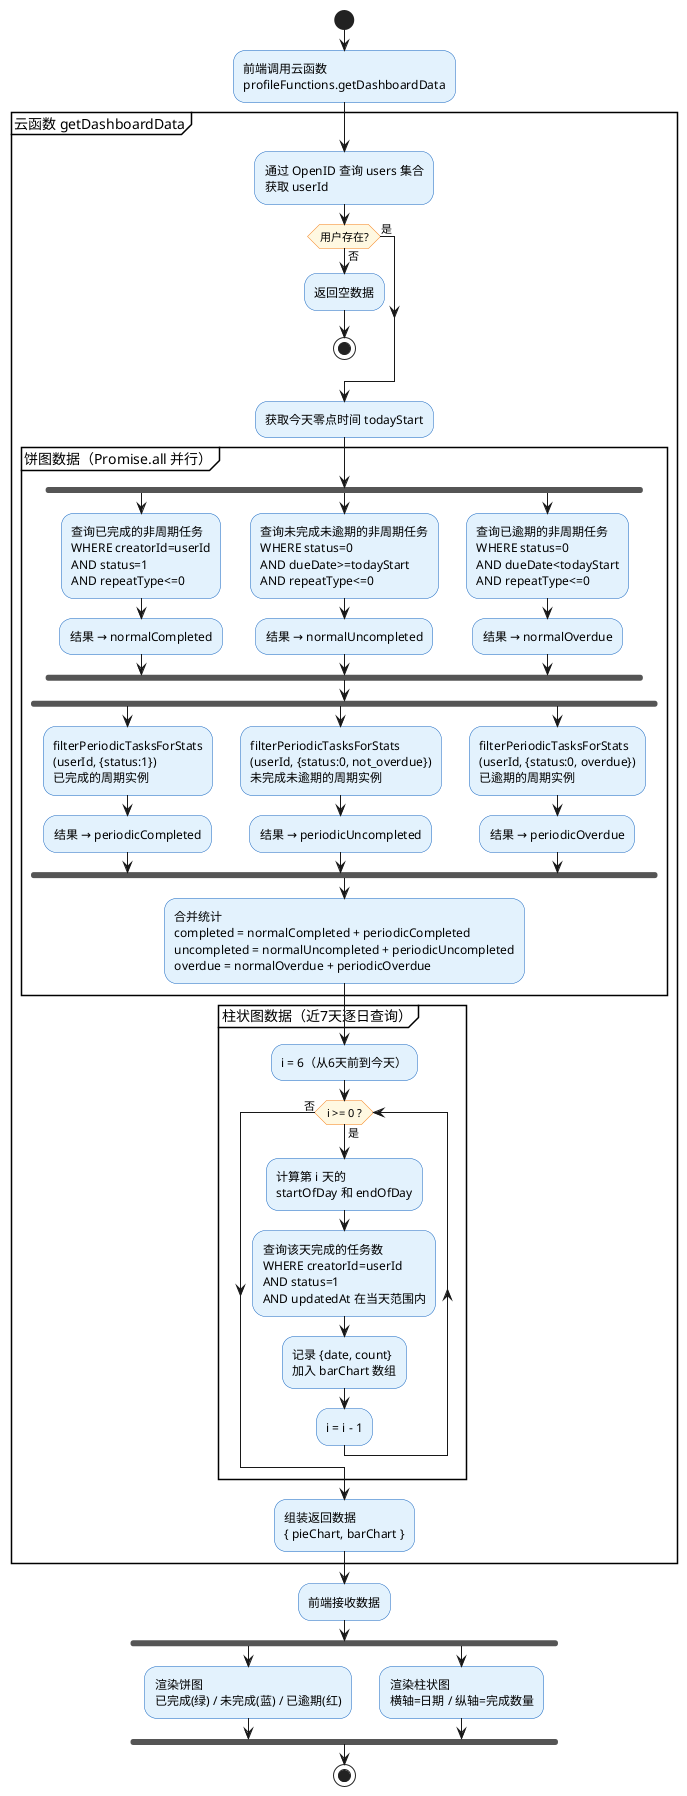
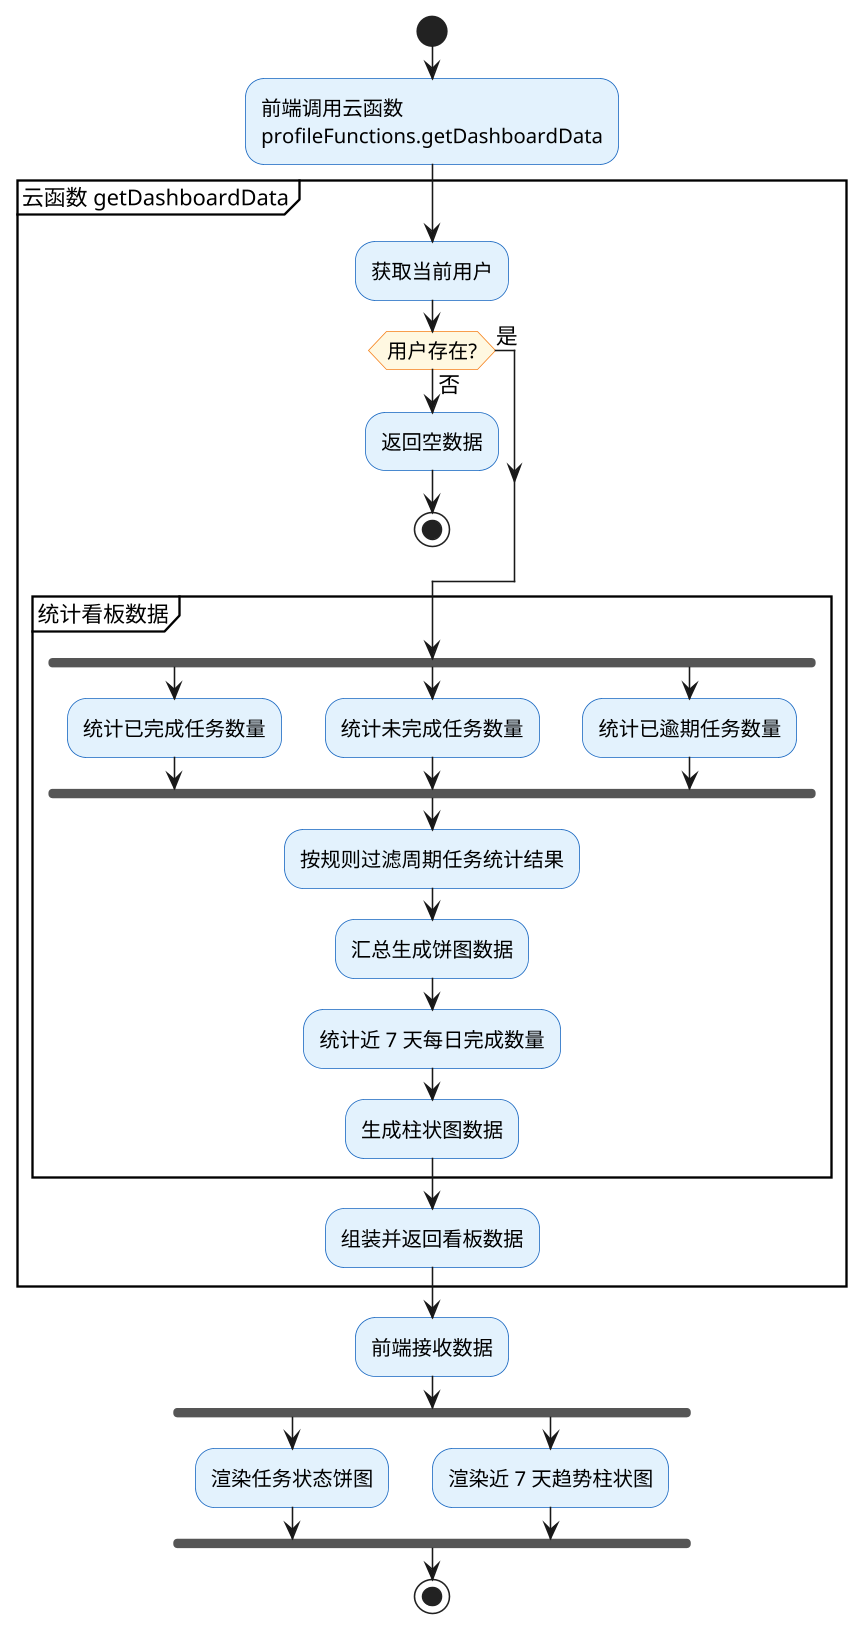
@startuml 数据看板加载流程图
' 图5.14 数据看板加载流程图
' 渲染：复制到 https://www.plantuml.com/plantuml/uml

skinparam activity {
  BackgroundColor #E3F2FD
  BorderColor #1565C0
  DiamondBackgroundColor #FFF8E1
  DiamondBorderColor #F57F17
}

+ skinparam defaultFontSize 14
+ skinparam activityFontSize 13
+ skinparam dpi 150
+ 
start

:前端调用云函数\nprofileFunctions.getDashboardData;

partition "云函数 getDashboardData" {

-   :通过 OpenID 查询 users 集合\n获取 userId;
+   :获取当前用户;

  if (用户存在?) then (是)
  else (否)
    :返回空数据;
    stop
  endif

-   :获取今天零点时间 todayStart;
- 
-   ' ===== 饼图数据：并行查询 =====
-   partition "饼图数据（Promise.all 并行）" {
+   partition "统计看板数据" {
    fork
-       :查询已完成的非周期任务\nWHERE creatorId=userId\nAND status=1\nAND repeatType<=0;
-       :结果 → normalCompleted;
+       :统计已完成任务数量;
    fork again
-       :查询未完成未逾期的非周期任务\nWHERE status=0\nAND dueDate>=todayStart\nAND repeatType<=0;
-       :结果 → normalUncompleted;
+       :统计未完成任务数量;
    fork again
-       :查询已逾期的非周期任务\nWHERE status=0\nAND dueDate<todayStart\nAND repeatType<=0;
-       :结果 → normalOverdue;
+       :统计已逾期任务数量;
    end fork

-     ' 周期任务智能过滤
-     fork
-       :filterPeriodicTasksForStats\n(userId, {status:1})\n已完成的周期实例;
-       :结果 → periodicCompleted;
-     fork again
-       :filterPeriodicTasksForStats\n(userId, {status:0, not_overdue})\n未完成未逾期的周期实例;
-       :结果 → periodicUncompleted;
-     fork again
-       :filterPeriodicTasksForStats\n(userId, {status:0, overdue})\n已逾期的周期实例;
-       :结果 → periodicOverdue;
-     end fork
+     :按规则过滤周期任务统计结果;
+     :汇总生成饼图数据;

-     :合并统计\ncompleted = normalCompleted + periodicCompleted\nuncompleted = normalUncompleted + periodicUncompleted\noverdue = normalOverdue + periodicOverdue;
+     :统计近 7 天每日完成数量;
+     :生成柱状图数据;
  }

-   ' ===== 柱状图数据：近7天 =====
-   partition "柱状图数据（近7天逐日查询）" {
-     :i = 6（从6天前到今天）;
-     while (i >= 0 ?) is (是)
-       :计算第 i 天的\nstartOfDay 和 endOfDay;
-       :查询该天完成的任务数\nWHERE creatorId=userId\nAND status=1\nAND updatedAt 在当天范围内;
-       :记录 {date, count}\n加入 barChart 数组;
-       :i = i - 1;
-     endwhile (否)
-   }
- 
-   :组装返回数据\n{ pieChart, barChart };
+   :组装并返回看板数据;
}

:前端接收数据;

fork
-   :渲染饼图\n已完成(绿) / 未完成(蓝) / 已逾期(红);
+   :渲染任务状态饼图;
fork again
-   :渲染柱状图\n横轴=日期 / 纵轴=完成数量;
+   :渲染近 7 天趋势柱状图;
end fork

stop

@enduml
